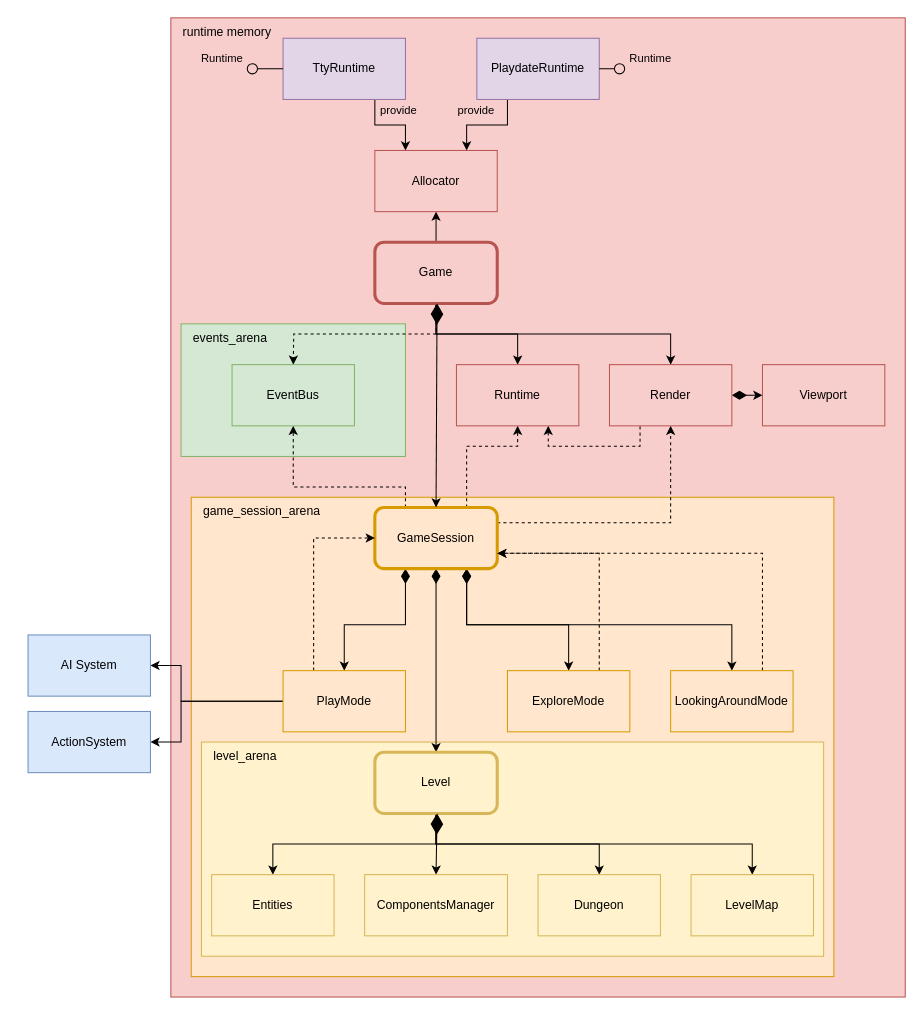
Earlier version of the draw.io diagram page "Main components" (2 of 8) of docs/schemas.drawio (vladimir-popov/forgotten_catacombs). Source tidied: cells renumbered, new cells numbered last; positions are measured from the earlier drawing's top-left corner, leaving out a move shared by most shapes. Both pictures are drawn from the tidied source at 102%, with x=0, y=0 at pixel (28, 17).
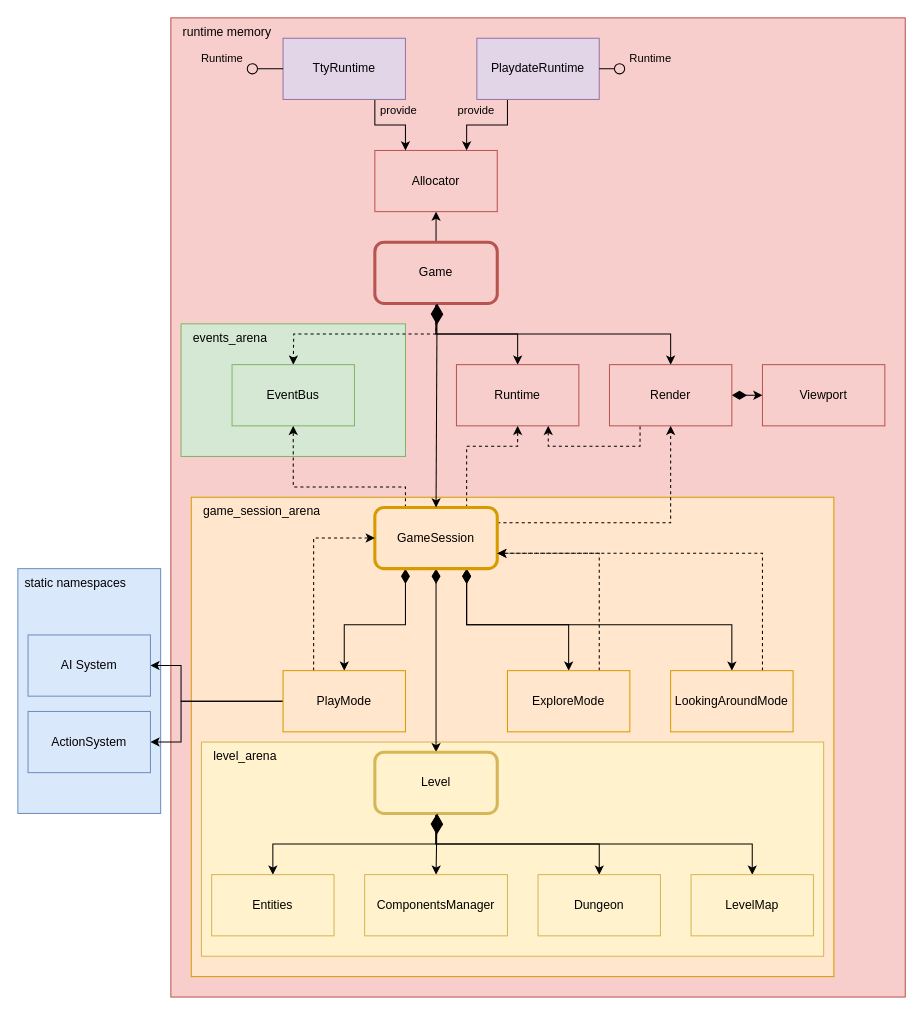
After the change.

Change to the diagram source:
```diff
@@
+    <mxCell id="55" value="static namespaces" style="rounded=0;whiteSpace=wrap;html=1;fillColor=#dae8fc;strokeColor=#6c8ebf;align=left;verticalAlign=top;spacingLeft=5;" parent="1" vertex="1">
+      <mxGeometry x="-10" y="540" width="140" height="240" as="geometry" />
+    </mxCell>
```
